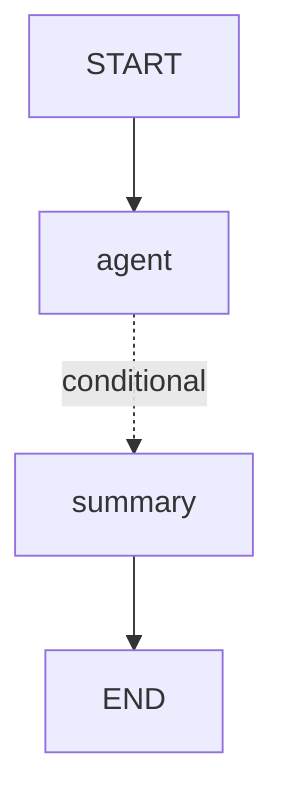
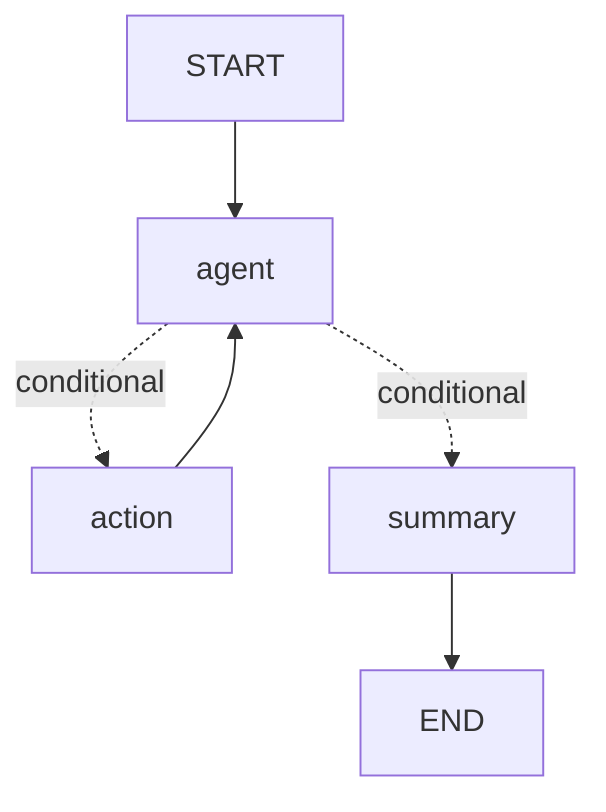
flowchart TD
    internal_start["START"]
    agent["agent"]
+     action["action"]
    summary["summary"]
    internal_end["END"]
    internal_start --> agent
+     action --> agent
+     agent -. "conditional" .-> action
    agent -. "conditional" .-> summary
    summary --> internal_end
